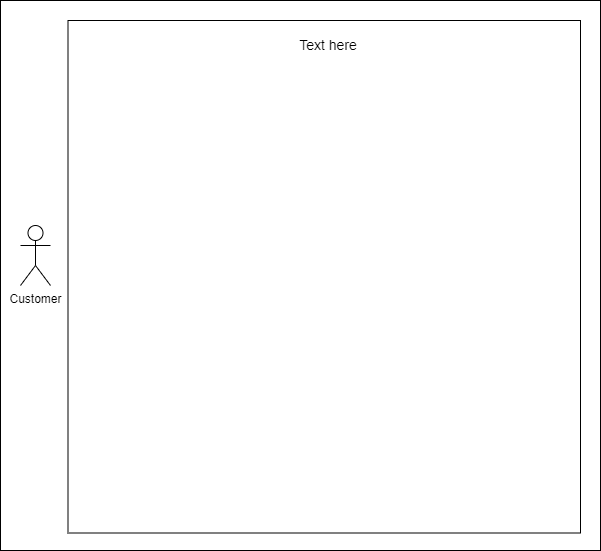
This is docs/useCases/figs/UseCase2.png from CS3450-Group9/Dans-AutoBarn, a draw.io export, as it was before one commit. Source tidied: cells renumbered, new cells last; positions are measured from the earlier drawing's top-left corner, leaving out a move shared by most shapes. Its diagram source:
```xml
<mxGraphModel background="#ffffff">
  <root>
    <mxCell id="0" />
    <mxCell id="1" parent="0" />
    <mxCell id="2" style="rounded=0;whiteSpace=wrap;html=1;" parent="1" vertex="1">
      <mxGeometry width="600" height="550" as="geometry" />
    </mxCell>
    <mxCell id="3" value="Customer" style="shape=umlActor;verticalLabelPosition=bottom;verticalAlign=top;html=1;outlineConnect=0;" parent="1" vertex="1">
      <mxGeometry x="20" y="225" width="30" height="60" as="geometry" />
    </mxCell>
    <mxCell id="4" style="whiteSpace=wrap;html=1;fontSize=14;" parent="1" vertex="1">
      <mxGeometry x="67.5" y="20" width="512.5" height="512.5" as="geometry" />
    </mxCell>
    <mxCell id="5" value="&lt;font style=&quot;font-size: 14px;&quot;&gt;Text here&lt;/font&gt;" style="text;whiteSpace=wrap;html=1;align=center;" parent="1" vertex="1">
      <mxGeometry x="227.5" y="30" width="200" height="40" as="geometry" />
    </mxCell>
    <mxCell id="6" style="edgeStyle=none;rounded=0;orthogonalLoop=1;jettySize=auto;html=1;exitX=0.5;exitY=0;exitDx=0;exitDy=0;dashed=1;startArrow=open;startFill=0;endArrow=none;endFill=0;" parent="1" edge="1" source="4" target="4">
      <mxGeometry relative="1" as="geometry" />
    </mxCell>
  </root>
</mxGraphModel>
```
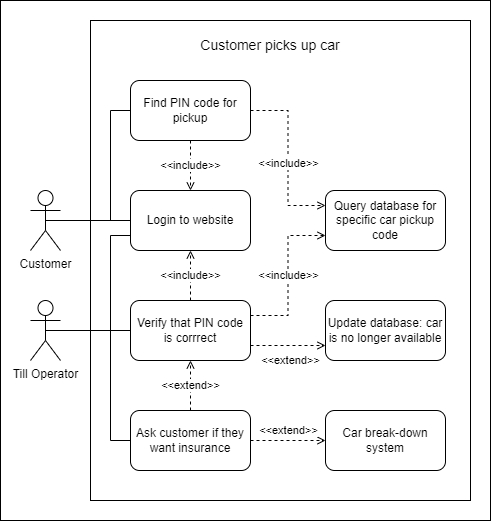
After the change.

Commit message:
Finished use case 2

What changed in the source:
```diff
@@ -3,19 +3,106 @@
     <mxCell id="0" />
     <mxCell id="1" parent="0" />
     <mxCell id="2" style="rounded=0;whiteSpace=wrap;html=1;" parent="1" vertex="1">
-      <mxGeometry width="600" height="550" as="geometry" />
+      <mxGeometry x="10" width="490" height="520" as="geometry" />
     </mxCell>
-    <mxCell id="3" value="Customer" style="shape=umlActor;verticalLabelPosition=bottom;verticalAlign=top;html=1;outlineConnect=0;" parent="1" vertex="1">
-      <mxGeometry x="20" y="225" width="30" height="60" as="geometry" />
-    </mxCell>
-    <mxCell id="4" style="whiteSpace=wrap;html=1;fontSize=14;" parent="1" vertex="1">
-      <mxGeometry x="67.5" y="20" width="512.5" height="512.5" as="geometry" />
-    </mxCell>
+    <mxCell id="7" style="rounded=0;whiteSpace=wrap;html=1;" parent="1" vertex="1">
+      <mxGeometry x="100" y="20" width="380" height="480" as="geometry" />
+    </mxCell>
-    <mxCell id="5" value="&lt;font style=&quot;font-size: 14px;&quot;&gt;Text here&lt;/font&gt;" style="text;whiteSpace=wrap;html=1;align=center;" parent="1" vertex="1">
-      <mxGeometry x="227.5" y="30" width="200" height="40" as="geometry" />
+    <mxCell id="5" value="&lt;font style=&quot;font-size: 14px;&quot;&gt;Customer picks up car&lt;/font&gt;" style="text;whiteSpace=wrap;html=1;align=center;" parent="1" vertex="1">
+      <mxGeometry x="180" y="30" width="200" height="30" as="geometry" />
     </mxCell>
-    <mxCell id="6" style="edgeStyle=none;rounded=0;orthogonalLoop=1;jettySize=auto;html=1;exitX=0.5;exitY=0;exitDx=0;exitDy=0;dashed=1;startArrow=open;startFill=0;endArrow=none;endFill=0;" parent="1" edge="1" source="4" target="4">
-      <mxGeometry relative="1" as="geometry" />
+    <mxCell id="6" style="edgeStyle=none;rounded=0;orthogonalLoop=1;jettySize=auto;html=1;exitX=0.5;exitY=0;exitDx=0;exitDy=0;dashed=1;startArrow=open;startFill=0;endArrow=none;endFill=0;" parent="1" edge="1">
+      <mxGeometry relative="1" as="geometry">
+        <mxPoint x="366.2" y="18.8" as="sourcePoint" />
+        <mxPoint x="366.2" y="18.8" as="targetPoint" />
+      </mxGeometry>
     </mxCell>
+    <mxCell id="8" style="edgeStyle=orthogonalEdgeStyle;rounded=0;jettySize=auto;html=1;exitX=0.5;exitY=0.5;exitDx=0;exitDy=0;exitPerimeter=0;entryX=0;entryY=0.25;entryDx=0;entryDy=0;endArrow=none;endFill=0;" parent="1" edge="1" source="3" target="17">
+      <mxGeometry relative="1" as="geometry">
+        <Array as="points">
+          <mxPoint x="140" y="220" />
+        </Array>
+      </mxGeometry>
+    </mxCell>
+    <mxCell id="9" style="edgeStyle=orthogonalEdgeStyle;rounded=0;jettySize=auto;html=1;exitX=0.5;exitY=0.5;exitDx=0;exitDy=0;exitPerimeter=0;entryX=0;entryY=0.5;entryDx=0;entryDy=0;endArrow=none;endFill=0;" parent="1" edge="1" source="3" target="16">
+      <mxGeometry relative="1" as="geometry">
+        <Array as="points">
+          <mxPoint x="120" y="220" />
+          <mxPoint x="120" y="110" />
+        </Array>
+      </mxGeometry>
+    </mxCell>
+    <mxCell id="3" value="Customer" style="shape=umlActor;verticalLabelPosition=bottom;verticalAlign=top;html=1;outlineConnect=0;" parent="1" vertex="1">
+      <mxGeometry x="40" y="190" width="30" height="60" as="geometry" />
+    </mxCell>
+    <mxCell id="10" style="edgeStyle=orthogonalEdgeStyle;rounded=0;jettySize=auto;html=1;exitX=0.5;exitY=0.5;exitDx=0;exitDy=0;exitPerimeter=0;entryX=0;entryY=0.5;entryDx=0;entryDy=0;endArrow=none;endFill=0;" parent="1" edge="1" source="13" target="22">
+      <mxGeometry relative="1" as="geometry">
+        <Array as="points">
+          <mxPoint x="80" y="330" />
+          <mxPoint x="80" y="330" />
+        </Array>
+      </mxGeometry>
+    </mxCell>
+    <mxCell id="11" style="edgeStyle=orthogonalEdgeStyle;rounded=0;jettySize=auto;html=1;exitX=0.5;exitY=0.5;exitDx=0;exitDy=0;exitPerimeter=0;entryX=0;entryY=0.75;entryDx=0;entryDy=0;endArrow=none;endFill=0;" parent="1" edge="1" source="13" target="17">
+      <mxGeometry relative="1" as="geometry">
+        <Array as="points">
+          <mxPoint x="120" y="330" />
+          <mxPoint x="120" y="235" />
+        </Array>
+      </mxGeometry>
+    </mxCell>
+    <mxCell id="12" style="edgeStyle=orthogonalEdgeStyle;rounded=0;jettySize=auto;html=1;exitX=0.5;exitY=0.5;exitDx=0;exitDy=0;exitPerimeter=0;entryX=0;entryY=0.5;entryDx=0;entryDy=0;endArrow=none;endFill=0;" parent="1" edge="1" source="13" target="25">
+      <mxGeometry relative="1" as="geometry">
+        <Array as="points">
+          <mxPoint x="120" y="330" />
+          <mxPoint x="120" y="440" />
+        </Array>
+      </mxGeometry>
+    </mxCell>
+    <mxCell id="13" value="Till Operator" style="shape=umlActor;verticalLabelPosition=bottom;verticalAlign=top;html=1;outlineConnect=0;" parent="1" vertex="1">
+      <mxGeometry x="40" y="300" width="30" height="60" as="geometry" />
+    </mxCell>
+    <mxCell id="14" value="&amp;lt;&amp;lt;include&amp;gt;&amp;gt;" style="edgeStyle=orthogonalEdgeStyle;rounded=0;jettySize=auto;html=1;exitX=0.5;exitY=1;exitDx=0;exitDy=0;entryX=0.5;entryY=0;entryDx=0;entryDy=0;dashed=1;endArrow=open;endFill=0;" parent="1" edge="1" source="16" target="17">
+      <mxGeometry relative="1" as="geometry" />
+    </mxCell>
+    <mxCell id="15" value="&amp;lt;&amp;lt;include&amp;gt;&amp;gt;" style="edgeStyle=orthogonalEdgeStyle;rounded=0;jettySize=auto;html=1;exitX=1;exitY=0.5;exitDx=0;exitDy=0;entryX=0;entryY=0.25;entryDx=0;entryDy=0;endArrow=open;endFill=0;dashed=1;" parent="1" edge="1" source="16" target="18">
+      <mxGeometry x="0.06" relative="1" as="geometry" />
+    </mxCell>
+    <mxCell id="16" value="Find PIN code for pickup" style="rounded=1;whiteSpace=wrap;html=1;" parent="1" vertex="1">
+      <mxGeometry x="140" y="80" width="120" height="60" as="geometry" />
+    </mxCell>
+    <mxCell id="17" value="Login to website" style="rounded=1;whiteSpace=wrap;html=1;" parent="1" vertex="1">
+      <mxGeometry x="140" y="190" width="120" height="60" as="geometry" />
+    </mxCell>
+    <mxCell id="18" value="Query database for specific car pickup code" style="rounded=1;whiteSpace=wrap;html=1;" parent="1" vertex="1">
+      <mxGeometry x="335" y="190" width="120" height="60" as="geometry" />
+    </mxCell>
+    <mxCell id="19" value="&amp;lt;&amp;lt;include&amp;gt;&amp;gt;" style="edgeStyle=orthogonalEdgeStyle;rounded=0;jettySize=auto;html=1;exitX=1;exitY=0.25;exitDx=0;exitDy=0;entryX=0;entryY=0.75;entryDx=0;entryDy=0;dashed=1;endArrow=open;endFill=0;" parent="1" edge="1" source="22" target="18">
+      <mxGeometry relative="1" as="geometry" />
+    </mxCell>
+    <mxCell id="20" value="&amp;lt;&amp;lt;include&amp;gt;&amp;gt;" style="edgeStyle=orthogonalEdgeStyle;rounded=0;jettySize=auto;html=1;exitX=0.5;exitY=0;exitDx=0;exitDy=0;entryX=0.5;entryY=1;entryDx=0;entryDy=0;dashed=1;endArrow=open;endFill=0;" parent="1" edge="1" source="22" target="17">
+      <mxGeometry relative="1" as="geometry" />
+    </mxCell>
+    <mxCell id="21" value="&amp;lt;&amp;lt;extend&amp;gt;&amp;gt;" style="edgeStyle=orthogonalEdgeStyle;rounded=0;jettySize=auto;html=1;exitX=1;exitY=0.75;exitDx=0;exitDy=0;entryX=0;entryY=0.75;entryDx=0;entryDy=0;dashed=1;endArrow=open;endFill=0;" parent="1" edge="1" source="22" target="27">
+      <mxGeometry x="0.07" y="-15" relative="1" as="geometry" />
+    </mxCell>
+    <mxCell id="22" value="Verify that PIN code is corrrect" style="rounded=1;whiteSpace=wrap;html=1;" parent="1" vertex="1">
+      <mxGeometry x="140" y="300" width="120" height="60" as="geometry" />
+    </mxCell>
+    <mxCell id="23" value="&amp;lt;&amp;lt;extend&amp;gt;&amp;gt;" style="edgeStyle=orthogonalEdgeStyle;rounded=0;jettySize=auto;html=1;exitX=0.5;exitY=0;exitDx=0;exitDy=0;entryX=0.5;entryY=1;entryDx=0;entryDy=0;endArrow=open;endFill=0;dashed=1;" parent="1" edge="1" source="25" target="22">
+      <mxGeometry relative="1" as="geometry" />
+    </mxCell>
+    <mxCell id="24" value="&amp;lt;&amp;lt;extend&amp;gt;&amp;gt;" style="edgeStyle=orthogonalEdgeStyle;rounded=0;jettySize=auto;html=1;exitX=1;exitY=0.5;exitDx=0;exitDy=0;entryX=0;entryY=0.5;entryDx=0;entryDy=0;endArrow=open;endFill=0;dashed=1;" parent="1" edge="1" source="25" target="26">
+      <mxGeometry y="10" relative="1" as="geometry" />
+    </mxCell>
+    <mxCell id="25" value="Ask customer if they want insurance" style="rounded=1;whiteSpace=wrap;html=1;" parent="1" vertex="1">
+      <mxGeometry x="140" y="410" width="120" height="60" as="geometry" />
+    </mxCell>
+    <mxCell id="26" value="Car break-down system" style="rounded=1;whiteSpace=wrap;html=1;" parent="1" vertex="1">
+      <mxGeometry x="335" y="410" width="120" height="60" as="geometry" />
+    </mxCell>
+    <mxCell id="27" value="Update database: car is no longer available" style="rounded=1;whiteSpace=wrap;html=1;" parent="1" vertex="1">
+      <mxGeometry x="335" y="300" width="120" height="60" as="geometry" />
+    </mxCell>
   </root>
 </mxGraphModel>
```
